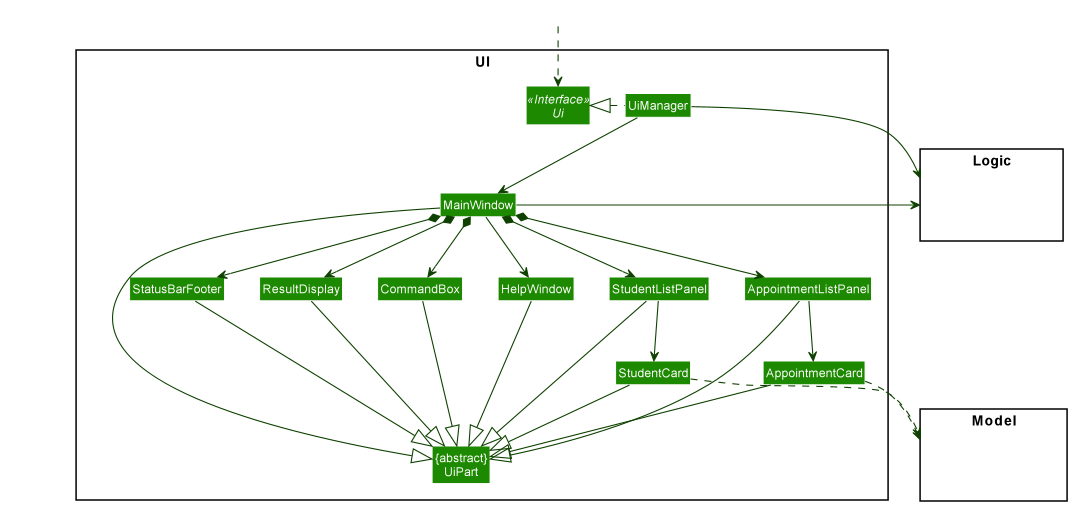
The PlantUML diagram docs/images/UiClassDiagram.png in nus-cs2103-AY2021S2/tp, before a commit. Its source is kept beside it as docs/diagrams/UiClassDiagram.puml.
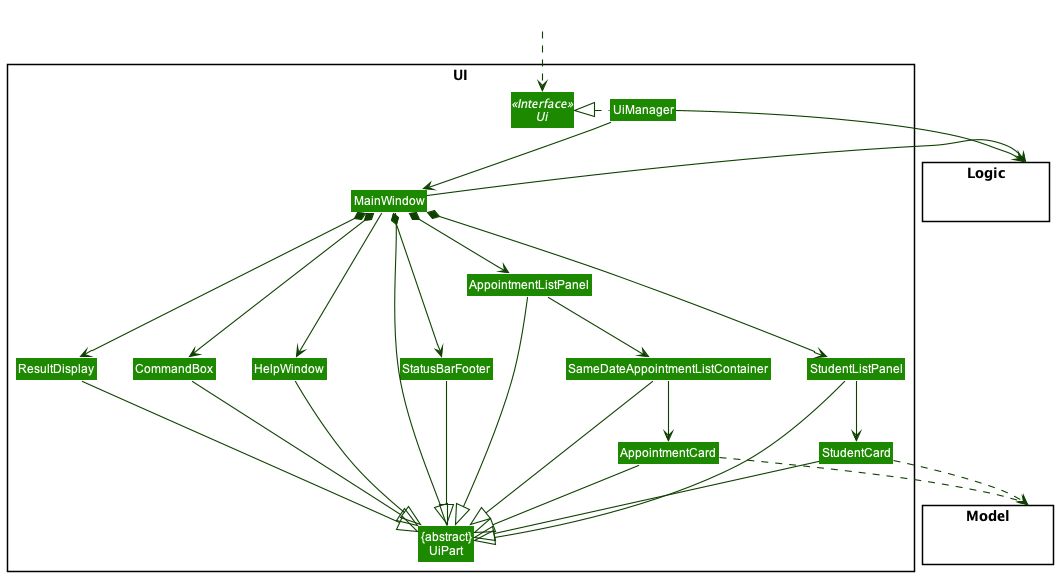
After the change.

What changed in the source:
```diff
@@ -13,6 +13,7 @@
 Class ResultDisplay
 Class StudentListPanel
 Class AppointmentListPanel
+Class SameDateAppointmentListContainer
 Class StudentCard
 Class AppointmentCard
 Class StatusBarFooter
@@ -41,7 +42,9 @@
 
 StudentListPanel -down-> StudentCard
 
-AppointmentListPanel -down-> AppointmentCard
+AppointmentListPanel -down-> SameDateAppointmentListContainer
+
+SameDateAppointmentListContainer -down-> AppointmentCard
 
 MainWindow -left-|> UiPart
 
@@ -50,6 +53,7 @@
 StudentListPanel --|> UiPart
 StudentCard --|> UiPart
 AppointmentListPanel --|> UiPart
+SameDateAppointmentListContainer --|> UiPart
 AppointmentCard --|> UiPart
 StatusBarFooter --|> UiPart
 HelpWindow -down-|> UiPart
```
